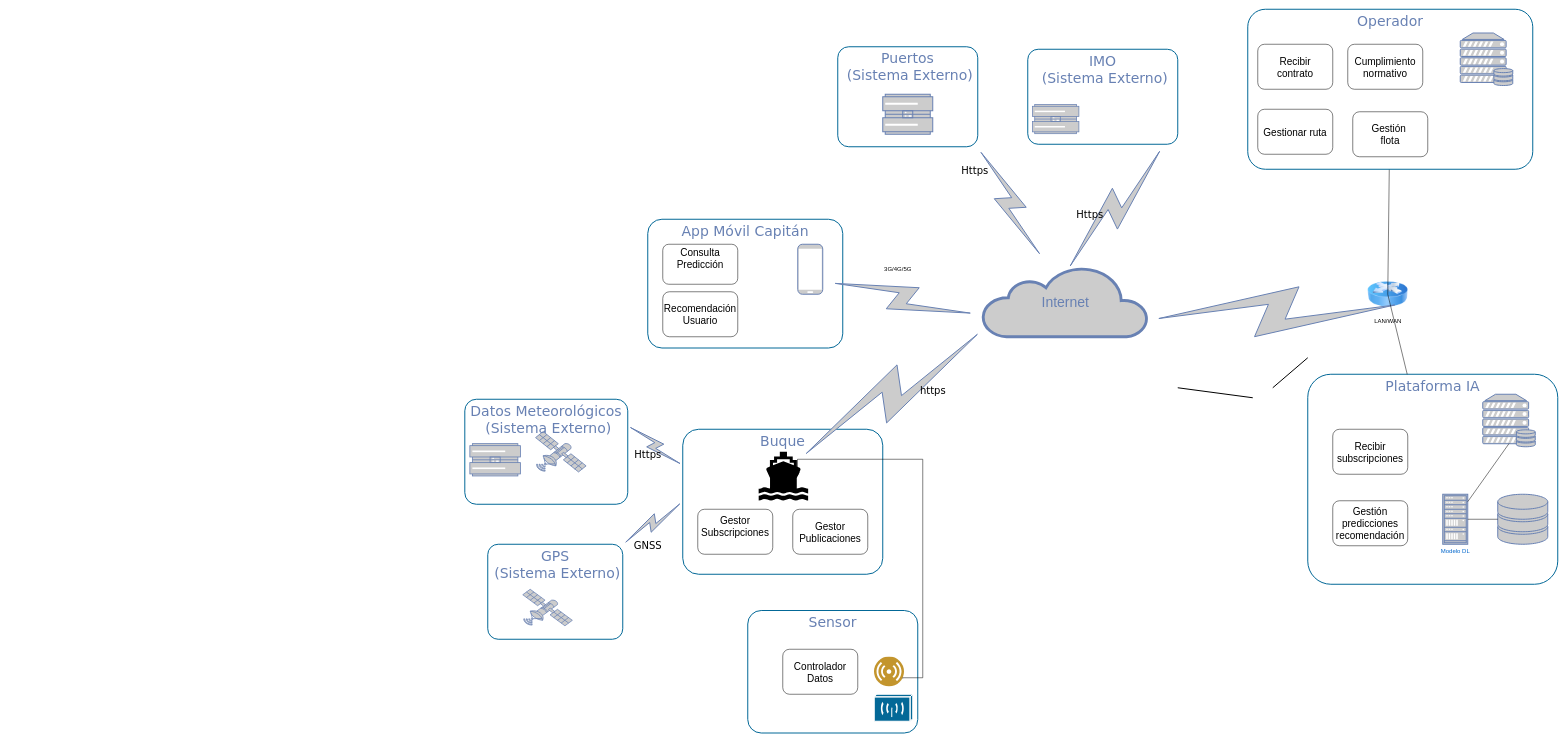
jdiazfer/ADS_Practica1 keeps this draw.io diagram as VistaFisicaV1.drawio. Above is the earlier version. Source tidied: cells renumbered, new cells numbered last; positions are measured from the earlier drawing's top-left corner, leaving out a move shared by most shapes. Both pictures are drawn from the tidied source at 50%, with x=0, y=0 at pixel (18, 9).
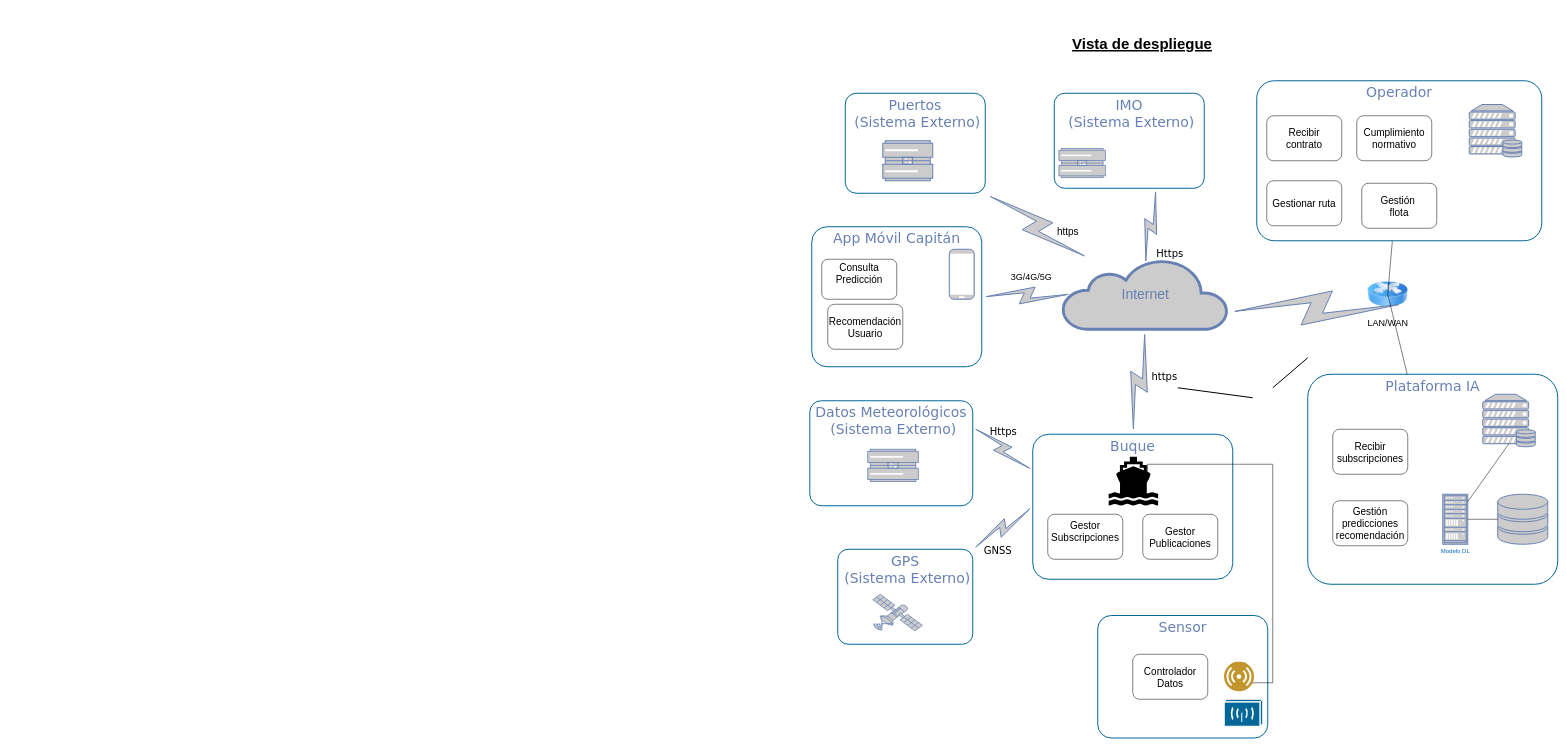
The same diagram, later.

Unchanged cells that the change refers to:
```xml
<mxCell id="19" value="&lt;div&gt;GPS&lt;/div&gt;&lt;div&gt;&amp;nbsp;(Sistema Externo)&lt;/div&gt;" style="rounded=1;whiteSpace=wrap;html=1;shadow=0;comic=0;strokeColor=#036897;strokeWidth=2;fillColor=none;fontFamily=Verdana;fontSize=28;fontColor=#6881B3;align=center;arcSize=11;verticalAlign=top;" parent="18" vertex="1">
  <mxGeometry x="50" width="270" height="190" as="geometry" />
</mxCell>
<mxCell id="26" style="group;" parent="24" vertex="1">
  <mxGeometry width="325.9" height="210" as="geometry" />
</mxCell>
<mxCell id="27" value="&lt;div&gt;Datos Meteorológicos&lt;/div&gt;&lt;div&gt;&amp;nbsp;(Sistema Externo)&lt;/div&gt;" style="rounded=1;whiteSpace=wrap;html=1;shadow=0;comic=0;strokeColor=#036897;strokeWidth=2;fillColor=none;fontFamily=Verdana;fontSize=28;fontColor=#6881B3;align=center;arcSize=11;verticalAlign=top;" parent="26" vertex="1">
  <mxGeometry width="325.9" height="210" as="geometry" />
</mxCell>
<mxCell id="36" value="&lt;div&gt;IMO&lt;/div&gt;&lt;div&gt;&amp;nbsp;(Sistema Externo)&lt;/div&gt;" style="rounded=1;whiteSpace=wrap;html=1;shadow=0;comic=0;strokeColor=#036897;strokeWidth=2;fillColor=none;fontFamily=Verdana;fontSize=28;fontColor=#6881B3;align=center;arcSize=11;verticalAlign=top;" parent="35" vertex="1">
  <mxGeometry width="300" height="190" as="geometry" />
</mxCell>
```

What changed in the source:
```diff
@@
     <mxCell id="6" value="Buque" style="rounded=1;whiteSpace=wrap;html=1;shadow=0;comic=0;strokeColor=#036897;strokeWidth=2;fillColor=none;fontFamily=Verdana;fontSize=28;fontColor=#6881B3;align=center;arcSize=11;verticalAlign=top;" parent="1" vertex="1">
-      <mxGeometry x="1330" y="840" width="400" height="290" as="geometry" />
+      <mxGeometry x="2030" y="850" width="400" height="290" as="geometry" />
     </mxCell>
     <mxCell id="7" value="Sensor" style="rounded=1;whiteSpace=wrap;html=1;shadow=0;comic=0;strokeColor=#036897;strokeWidth=2;fillColor=none;fontFamily=Verdana;fontSize=28;fontColor=#6881B3;align=center;arcSize=11;verticalAlign=top;" parent="1" vertex="1">
-      <mxGeometry x="1460" y="1202.5" width="340" height="245" as="geometry" />
+      <mxGeometry x="2160" y="1212.5" width="340" height="245" as="geometry" />
     </mxCell>
     <mxCell id="8" value="App Móvil Capitán" style="rounded=1;whiteSpace=wrap;html=1;shadow=0;comic=0;strokeColor=#036897;strokeWidth=2;fillColor=none;fontFamily=Verdana;fontSize=28;fontColor=#6881B3;align=center;arcSize=11;verticalAlign=top;" parent="1" vertex="1">
-      <mxGeometry x="1260" y="420" width="390" height="257.5" as="geometry" />
+      <mxGeometry x="1588" y="435" width="340" height="280" as="geometry" />
     </mxCell>
-    <mxCell id="9" style="html=1;fillColor=#CCCCCC;strokeColor=#6881B3;gradientColor=none;gradientDirection=north;strokeWidth=2;shape=mxgraph.networks.comm_link_edge;html=1;labelBackgroundColor=none;endArrow=none;endFill=0;fontFamily=Verdana;fontSize=20;" parent="1" edge="1">
+    <mxCell id="9" style="html=1;fillColor=#CCCCCC;strokeColor=#6881B3;gradientColor=none;gradientDirection=north;strokeWidth=2;shape=mxgraph.networks.comm_link_edge;html=1;labelBackgroundColor=none;endArrow=none;endFill=0;fontFamily=Verdana;fontSize=20;exitX=1;exitY=0.5;exitDx=0;exitDy=0;entryX=0.06;entryY=0.5;entryDx=0;entryDy=0;entryPerimeter=0;" parent="1" edge="1" source="8" target="11">
       <mxGeometry relative="1" as="geometry">
-        <mxPoint x="1920" y="611" as="sourcePoint" />
-        <mxPoint x="1620" y="545" as="targetPoint" />
+        <Array as="points">
+          <mxPoint x="2400" y="730" />
+        </Array>
       </mxGeometry>
     </mxCell>
     <mxCell id="10" style="fontColor=#0066CC;verticalAlign=top;verticalLabelPosition=bottom;labelPosition=center;align=center;html=1;fillColor=#CCCCCC;strokeColor=#6881B3;gradientColor=none;gradientDirection=north;strokeWidth=2;shape=mxgraph.networks.mobile;rounded=0;shadow=0;comic=0;" parent="1" vertex="1">
-      <mxGeometry x="1560" y="470" width="50" height="100" as="geometry" />
+      <mxGeometry x="1863" y="480" width="50" height="100" as="geometry" />
     </mxCell>
     <mxCell id="11" value="Internet" style="html=1;fillColor=#CCCCCC;strokeColor=#6881B3;gradientColor=none;gradientDirection=north;strokeWidth=2;shape=mxgraph.networks.cloud;fontColor=#6881B3;rounded=0;shadow=0;comic=0;align=center;fontSize=28;" parent="1" vertex="1">
-      <mxGeometry x="1930" y="515" width="330" height="140" as="geometry" />
+      <mxGeometry x="2090" y="500" width="330" height="140" as="geometry" />
     </mxCell>
-    <mxCell id="12" value="3G/4G/5G" style="text;html=1;align=center;verticalAlign=middle;strokeColor=none;fillColor=none;" parent="1" vertex="1">
-      <mxGeometry x="1720" y="505" width="80" height="30" as="geometry" />
-    </mxCell>
     <mxCell id="13" value="&lt;div style=&quot;font-size: 20px;&quot;&gt;&lt;font style=&quot;font-size: 20px;&quot;&gt;Consulta Predicción&lt;/font&gt;&lt;/div&gt;&lt;div style=&quot;font-size: 20px;&quot;&gt;&lt;font style=&quot;font-size: 20px;&quot;&gt;&lt;br&gt;&lt;/font&gt;&lt;/div&gt;" style="rounded=1;whiteSpace=wrap;html=1;" parent="1" vertex="1">
-      <mxGeometry x="1290" y="470" width="150" height="80" as="geometry" />
+      <mxGeometry x="1608" y="500" width="150" height="80" as="geometry" />
     </mxCell>
     <mxCell id="14" style="shape=mxgraph.signs.transportation.ship_2;html=1;fillColor=#000000;strokeColor=none;verticalLabelPosition=bottom;verticalAlign=top;align=center;" parent="1" vertex="1">
-      <mxGeometry x="1481.8" y="885" width="99" height="98" as="geometry" />
+      <mxGeometry x="2181.8" y="895" width="99" height="98" as="geometry" />
     </mxCell>
-    <mxCell id="15" value="https" style="html=1;fillColor=#CCCCCC;strokeColor=#6881B3;gradientColor=none;gradientDirection=north;strokeWidth=2;shape=mxgraph.networks.comm_link_edge;html=1;labelBackgroundColor=none;endArrow=none;endFill=0;fontFamily=Verdana;fontSize=20;entryX=0.77;entryY=0.17;entryDx=0;entryDy=0;entryPerimeter=0;exitX=0.025;exitY=0.871;exitDx=0;exitDy=0;exitPerimeter=0;" parent="1" edge="1" source="11" target="14">
-      <mxGeometry x="-0.79" y="-138" relative="1" as="geometry">
+    <mxCell id="15" value="https" style="html=1;fillColor=#CCCCCC;strokeColor=#6881B3;gradientColor=none;gradientDirection=north;strokeWidth=2;shape=mxgraph.networks.comm_link_edge;html=1;labelBackgroundColor=none;endArrow=none;endFill=0;fontFamily=Verdana;fontSize=20;entryX=0.5;entryY=0;entryDx=0;entryDy=0;exitX=0.5;exitY=1;exitDx=0;exitDy=0;exitPerimeter=0;" parent="1" edge="1" source="11" target="6">
+      <mxGeometry x="-0.81" y="-22" relative="1" as="geometry">
         <Array as="points">
-          <mxPoint x="2040" y="995" />
+          <mxPoint x="2590" y="1120" />
         </Array>
-        <mxPoint y="-1" as="offset" />
       </mxGeometry>
     </mxCell>
     <mxCell id="16" style="image;perimeter=ellipsePerimeter;html=1;align=center;shadow=0;dashed=0;fontColor=#4277BB;labelBackgroundColor=default;fontSize=12;spacingTop=3;image=img/lib/ibm/users/sensor.svg;" parent="1" vertex="1">
-      <mxGeometry x="1713" y="1295" width="60" height="60" as="geometry" />
+      <mxGeometry x="2413" y="1305" width="60" height="60" as="geometry" />
     </mxCell>
     <mxCell id="17" style="edgeStyle=orthogonalEdgeStyle;rounded=0;jettySize=auto;html=1;exitX=1;exitY=0.75;exitDx=0;exitDy=0;entryX=0.785;entryY=0.5;entryDx=0;entryDy=0;entryPerimeter=0;" parent="1" edge="1" source="16" target="14">
       <mxGeometry relative="1" as="geometry">
         <Array as="points">
-          <mxPoint x="1770" y="1337" />
-          <mxPoint x="1810" y="1337" />
-          <mxPoint x="1810" y="900" />
-          <mxPoint x="1560" y="900" />
+          <mxPoint x="2470" y="1347" />
+          <mxPoint x="2510" y="1347" />
+          <mxPoint x="2510" y="910" />
+          <mxPoint x="2260" y="910" />
         </Array>
       </mxGeometry>
     </mxCell>
     <mxCell id="18" style="group;" parent="1" vertex="1">
-      <mxGeometry x="890" y="1070" width="320" height="190" as="geometry" />
+      <mxGeometry x="1590" y="1080" width="320" height="190" as="geometry" />
     </mxCell>
@@
     <mxCell id="21" value="GNSS" style="html=1;fillColor=#CCCCCC;strokeColor=#6881B3;gradientColor=none;gradientDirection=north;strokeWidth=2;shape=mxgraph.networks.comm_link_edge;html=1;labelBackgroundColor=none;endArrow=none;endFill=0;fontFamily=Verdana;fontSize=20;entryX=1;entryY=0;entryDx=0;entryDy=0;exitX=0;exitY=0.5;exitDx=0;exitDy=0;" parent="1" edge="1" source="6" target="19">
       <mxGeometry x="0.94" y="-19" relative="1" as="geometry">
         <Array as="points">
-          <mxPoint x="1960" y="1385" />
+          <mxPoint x="2660" y="1395" />
         </Array>
       </mxGeometry>
     </mxCell>
     <mxCell id="22" style="shape=mxgraph.cisco.wireless.wireless_transport;html=1;dashed=0;fillColor=#036897;strokeColor=#ffffff;strokeWidth=2;verticalLabelPosition=bottom;verticalAlign=top;align=center;" parent="1" vertex="1">
-      <mxGeometry x="1713" y="1370" width="77" height="54" as="geometry" />
+      <mxGeometry x="2413" y="1380" width="77" height="54" as="geometry" />
     </mxCell>
     <mxCell id="23" style="group;" parent="1" vertex="1">
-      <mxGeometry x="500" y="780" width="720" height="210" as="geometry" />
+      <mxGeometry x="490" y="773" width="720" height="210" as="geometry" />
     </mxCell>
     <mxCell id="24" style="group;" parent="23" vertex="1">
-      <mxGeometry x="394.1" width="325.9" height="210" as="geometry" />
+      <mxGeometry x="1094.1" y="10" width="325.9" height="210" as="geometry" />
     </mxCell>
-    <mxCell id="25" style="fontColor=#0066CC;verticalAlign=top;verticalLabelPosition=bottom;labelPosition=center;align=center;html=1;fillColor=#CCCCCC;strokeColor=#6881B3;gradientColor=none;gradientDirection=north;strokeWidth=2;shape=mxgraph.networks.satellite;" parent="24" vertex="1">
-      <mxGeometry x="141.5" y="64.6" width="101.1" height="80.8" as="geometry" />
-    </mxCell>
@@
     <mxCell id="28" style="fontColor=#0066CC;verticalAlign=top;verticalLabelPosition=bottom;labelPosition=center;align=center;html=1;fillColor=#CCCCCC;strokeColor=#6881B3;gradientColor=none;gradientDirection=north;strokeWidth=2;shape=mxgraph.networks.mainframe;direction=south;" parent="26" vertex="1">
-      <mxGeometry x="10.1" y="88.8" width="101.1" height="64.6" as="geometry" />
+      <mxGeometry x="115.9" y="97" width="101.1" height="64.6" as="geometry" />
     </mxCell>
     <mxCell id="29" value="Https" style="html=1;fillColor=#CCCCCC;strokeColor=#6881B3;gradientColor=none;gradientDirection=north;strokeWidth=2;shape=mxgraph.networks.comm_link_edge;html=1;labelBackgroundColor=none;endArrow=none;endFill=0;fontFamily=Verdana;fontSize=20;exitX=1;exitY=0.25;exitDx=0;exitDy=0;entryX=0;entryY=0.25;entryDx=0;entryDy=0;" parent="1" edge="1" source="27" target="6">
-      <mxGeometry x="0.9" y="35" relative="1" as="geometry">
+      <mxGeometry x="-1" y="60" relative="1" as="geometry">
         <Array as="points">
           <mxPoint x="650" y="1040" />
         </Array>
+        <mxPoint x="51" y="-52" as="offset" />
       </mxGeometry>
     </mxCell>
@@
-    <mxCell id="31" value="LAN/WAN" style="image;html=1;image=img/lib/clip_art/networking/Router_Icon_128x128.png;" parent="1" vertex="1">
+    <mxCell id="31" value="&lt;font style=&quot;font-size: 18px;&quot;&gt;LAN/WAN&lt;/font&gt;" style="image;html=1;image=img/lib/clip_art/networking/Router_Icon_128x128.png;" parent="1" vertex="1">
       <mxGeometry x="2700" y="530" width="80" height="80" as="geometry" />
     </mxCell>
@@
     <mxCell id="35" style="group;" parent="1" vertex="1">
-      <mxGeometry x="2020" y="80" width="300" height="190" as="geometry" />
+      <mxGeometry x="2073" y="168" width="300" height="190" as="geometry" />
     </mxCell>
@@
-    <mxCell id="38" value="Https" style="html=1;fillColor=#CCCCCC;strokeColor=#6881B3;gradientColor=none;gradientDirection=north;strokeWidth=2;shape=mxgraph.networks.comm_link_edge;html=1;labelBackgroundColor=none;endArrow=none;endFill=0;fontFamily=Verdana;fontSize=20;exitX=0.912;exitY=1.008;exitDx=0;exitDy=0;entryX=0.5;entryY=0.08;entryDx=0;entryDy=0;entryPerimeter=0;exitPerimeter=0;" parent="1" edge="1" source="36" target="11">
-      <mxGeometry x="-0.92" y="97" relative="1" as="geometry">
+    <mxCell id="38" value="Https" style="html=1;fillColor=#CCCCCC;strokeColor=#6881B3;gradientColor=none;gradientDirection=north;strokeWidth=2;shape=mxgraph.networks.comm_link_edge;html=1;labelBackgroundColor=none;endArrow=none;endFill=0;fontFamily=Verdana;fontSize=20;exitX=0.679;exitY=0.998;exitDx=0;exitDy=0;entryX=0.5;entryY=0.08;entryDx=0;entryDy=0;entryPerimeter=0;exitPerimeter=0;" parent="1" edge="1" source="36" target="11">
+      <mxGeometry x="-1" y="133" relative="1" as="geometry">
         <Array as="points">
           <mxPoint y="847.5" />
         </Array>
+        <mxPoint x="-1" as="offset" />
       </mxGeometry>
     </mxCell>
     <mxCell id="39" value="&lt;div&gt;Puertos&lt;br&gt;&lt;/div&gt;&lt;div&gt;&amp;nbsp;(Sistema Externo)&lt;/div&gt;" style="rounded=1;whiteSpace=wrap;html=1;shadow=0;comic=0;strokeColor=#036897;strokeWidth=2;fillColor=none;fontFamily=Verdana;fontSize=28;fontColor=#6881B3;align=center;arcSize=11;verticalAlign=top;" parent="1" vertex="1">
-      <mxGeometry x="1640" y="75" width="280" height="200" as="geometry" />
+      <mxGeometry x="1655" y="168" width="280" height="200" as="geometry" />
     </mxCell>
-    <mxCell id="40" value="Https" style="html=1;fillColor=#CCCCCC;strokeColor=#6881B3;gradientColor=none;gradientDirection=north;strokeWidth=2;shape=mxgraph.networks.comm_link_edge;html=1;labelBackgroundColor=none;endArrow=none;endFill=0;fontFamily=Verdana;fontSize=20;exitX=1;exitY=1;exitDx=0;exitDy=0;" parent="1" edge="1" source="39">
-      <mxGeometry x="-0.99" y="43" relative="1" as="geometry">
-        <mxPoint x="2050" y="500" as="targetPoint" />
-        <Array as="points">
-          <mxPoint x="20" y="885" />
-        </Array>
-      </mxGeometry>
-    </mxCell>
     <mxCell id="41" style="fontColor=#0066CC;verticalAlign=top;verticalLabelPosition=bottom;labelPosition=center;align=center;html=1;fillColor=#CCCCCC;strokeColor=#6881B3;gradientColor=none;gradientDirection=north;strokeWidth=2;shape=mxgraph.networks.mainframe;direction=south;" parent="1" vertex="1">
-      <mxGeometry x="1730" y="170" width="100" height="80" as="geometry" />
+      <mxGeometry x="1730" y="263" width="100" height="80" as="geometry" />
     </mxCell>
@@
     <mxCell id="43" value="&lt;div style=&quot;font-size: 20px;&quot;&gt;&lt;font style=&quot;font-size: 20px;&quot;&gt;Recomendación&lt;/font&gt;&lt;/div&gt;&lt;div style=&quot;font-size: 20px;&quot;&gt;&lt;font style=&quot;font-size: 20px;&quot;&gt;Usuario&lt;/font&gt;&lt;br&gt;&lt;/div&gt;" style="rounded=1;whiteSpace=wrap;html=1;" parent="1" vertex="1">
-      <mxGeometry x="1290" y="565" width="150" height="90" as="geometry" />
+      <mxGeometry x="1620" y="590" width="150" height="90" as="geometry" />
     </mxCell>
     <mxCell id="44" value="&lt;div style=&quot;font-size: 20px;&quot;&gt;&lt;font style=&quot;font-size: 20px;&quot;&gt;Controlador&lt;/font&gt;&lt;/div&gt;&lt;div style=&quot;font-size: 20px;&quot;&gt;&lt;font style=&quot;font-size: 20px;&quot;&gt;&lt;font style=&quot;font-size: 20px;&quot;&gt;Datos&lt;/font&gt;&lt;br&gt;&lt;/font&gt;&lt;/div&gt;" style="rounded=1;whiteSpace=wrap;html=1;" parent="1" vertex="1">
-      <mxGeometry x="1530" y="1280" width="150" height="90" as="geometry" />
+      <mxGeometry x="2230" y="1290" width="150" height="90" as="geometry" />
     </mxCell>
     <mxCell id="45" value="&lt;div style=&quot;font-size: 20px;&quot;&gt;Gestor Subscripciones&lt;br&gt;&lt;/div&gt;&lt;div style=&quot;font-size: 20px;&quot;&gt;&lt;font style=&quot;font-size: 20px;&quot;&gt;&lt;br&gt;&lt;/font&gt;&lt;/div&gt;" style="rounded=1;whiteSpace=wrap;html=1;" parent="1" vertex="1">
-      <mxGeometry x="1360" y="1000" width="150" height="90" as="geometry" />
+      <mxGeometry x="2060" y="1010" width="150" height="90" as="geometry" />
     </mxCell>
     <mxCell id="46" value="&lt;div style=&quot;font-size: 20px;&quot;&gt;Gestor Publicaciones&lt;/div&gt;" style="rounded=1;whiteSpace=wrap;html=1;" parent="1" vertex="1">
-      <mxGeometry x="1550" y="1000" width="150" height="90" as="geometry" />
+      <mxGeometry x="2250" y="1010" width="150" height="90" as="geometry" />
     </mxCell>
@@
     <mxCell id="53" style="group;" parent="1" vertex="1">
-      <mxGeometry x="2460" width="570" height="320" as="geometry" />
+      <mxGeometry x="2478" y="143" width="570" height="320" as="geometry" />
     </mxCell>
@@
+    <mxCell id="60" value="Vista de despliegue" style="text;strokeColor=none;align=center;fillColor=none;html=1;verticalAlign=middle;whiteSpace=wrap;rounded=0;fontSize=30;fontStyle=5;" parent="1" vertex="1">
+      <mxGeometry x="2095" y="49" width="308" height="40" as="geometry" />
+    </mxCell>
+    <mxCell id="61" style="html=1;fillColor=#CCCCCC;strokeColor=#6881B3;gradientColor=none;gradientDirection=north;strokeWidth=2;shape=mxgraph.networks.comm_link_edge;html=1;labelBackgroundColor=none;endArrow=none;endFill=0;fontFamily=Verdana;fontSize=20;exitX=1;exitY=1;exitDx=0;exitDy=0;" parent="1" edge="1" source="39" target="11">
+      <mxGeometry x="-0.99" y="43" relative="1" as="geometry" />
+    </mxCell>
+    <mxCell id="62" value="&lt;font style=&quot;font-size: 20px;&quot;&gt;https&lt;/font&gt;" style="edgeLabel;html=1;align=center;verticalAlign=middle;" parent="61" vertex="1">
+      <mxGeometry x="-0.4" y="3" relative="1" as="geometry">
+        <mxPoint x="100" y="38" as="offset" />
+      </mxGeometry>
+    </mxCell>
+    <mxCell id="12" value="&lt;font style=&quot;font-size: 18px;&quot;&gt;3G/4G/5G&lt;/font&gt;" style="text;html=1;align=center;verticalAlign=middle;strokeColor=none;fillColor=none;" parent="1" vertex="1">
+      <mxGeometry x="1972.3" y="515" width="110" height="40" as="geometry" />
+    </mxCell>
```
